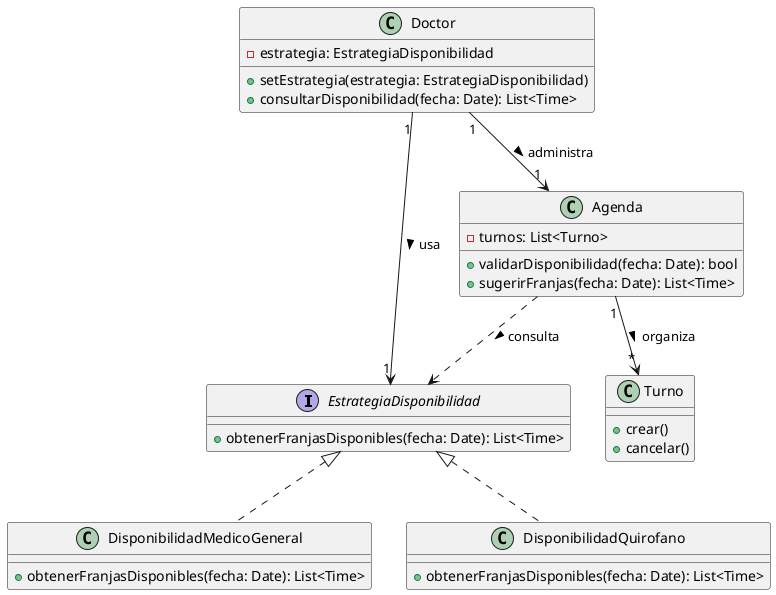
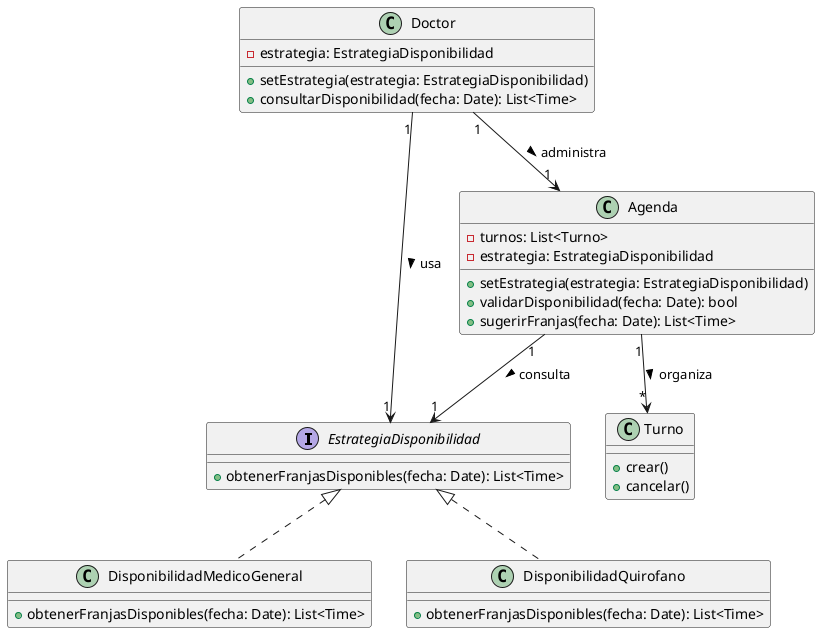
@startuml

interface EstrategiaDisponibilidad {
  + obtenerFranjasDisponibles(fecha: Date): List<Time>
}

class DisponibilidadMedicoGeneral implements EstrategiaDisponibilidad {
  + obtenerFranjasDisponibles(fecha: Date): List<Time>
}

class DisponibilidadQuirofano implements EstrategiaDisponibilidad {
  + obtenerFranjasDisponibles(fecha: Date): List<Time>
}

class Doctor {
  - estrategia: EstrategiaDisponibilidad
  + setEstrategia(estrategia: EstrategiaDisponibilidad)
  + consultarDisponibilidad(fecha: Date): List<Time>
}

class Agenda {
  - turnos: List<Turno>
+   - estrategia: EstrategiaDisponibilidad
+   + setEstrategia(estrategia: EstrategiaDisponibilidad)
  + validarDisponibilidad(fecha: Date): bool
  + sugerirFranjas(fecha: Date): List<Time>
}

class Turno {
  + crear()
  + cancelar()
}

Doctor "1" --> "1" EstrategiaDisponibilidad : usa >
Doctor "1" --> "1" Agenda : administra >
Agenda "1" --> "*" Turno : organiza >
- Agenda ..> EstrategiaDisponibilidad : consulta >
+ Agenda "1" --> "1" EstrategiaDisponibilidad : consulta >

- @enduml+ @enduml
